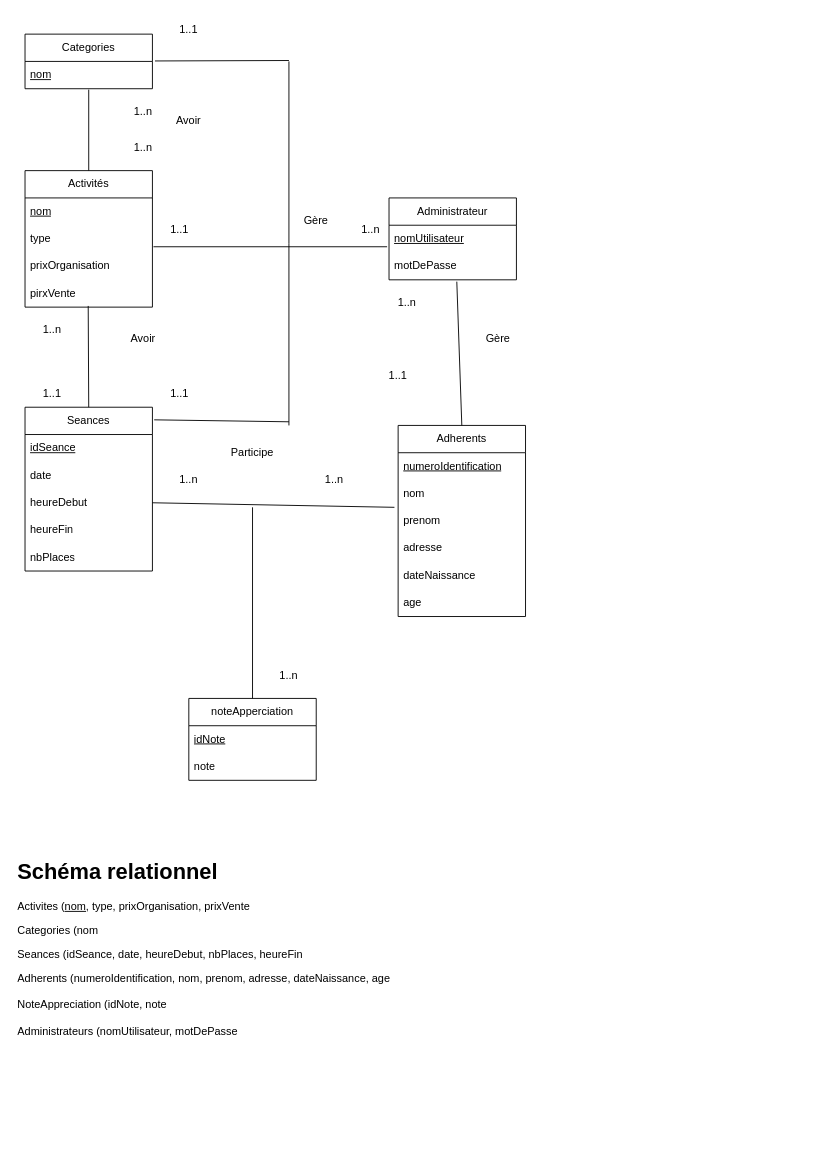
Earlier version of the draw.io diagram BD/UML Projet.drawio (SoakedTofu/ProjetProgGraphique). Source tidied: cells renumbered, new cells numbered last; positions are measured from the earlier drawing's top-left corner, leaving out a move shared by most shapes. Both pictures are drawn from the tidied source at 91%, with x=0, y=0 at pixel (15, 15).
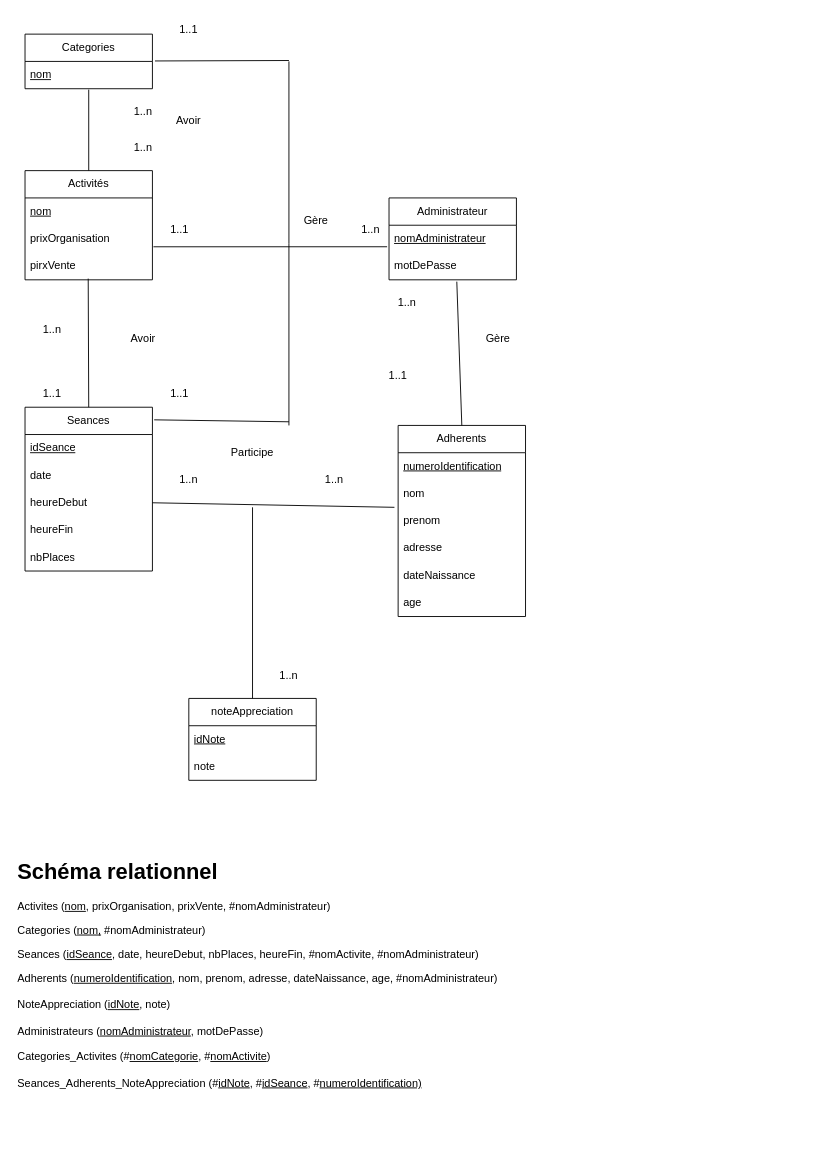
After the change.

The change refers to these unchanged cells:
```xml
<mxCell id="9" value="Administrateur" style="swimlane;fontStyle=0;horizontal=1;startSize=30;whiteSpace=wrap;html=1;" parent="1" vertex="1">
  <mxGeometry x="410" y="200" width="140" height="90" as="geometry" />
</mxCell>
```

What changed in the source:
```diff
@@
-    <mxCell id="10" value="&lt;u&gt;nomUtilisateur&lt;/u&gt;" style="text;strokeColor=none;fillColor=none;align=left;verticalAlign=middle;spacingLeft=4;spacingRight=4;overflow=hidden;points=[[0,0.5],[1,0.5]];portConstraint=eastwest;whiteSpace=wrap;html=1;" parent="9" vertex="1">
+    <mxCell id="10" value="&lt;u&gt;nomAdministrateur&lt;/u&gt;" style="text;strokeColor=none;fillColor=none;align=left;verticalAlign=middle;spacingLeft=4;spacingRight=4;overflow=hidden;points=[[0,0.5],[1,0.5]];portConstraint=eastwest;whiteSpace=wrap;html=1;" parent="9" vertex="1">
       <mxGeometry y="30" width="140" height="30" as="geometry" />
     </mxCell>
@@
     <mxCell id="12" value="Activités" style="swimlane;fontStyle=0;horizontal=1;startSize=30;whiteSpace=wrap;html=1;" parent="1" vertex="1">
-      <mxGeometry x="10" y="170" width="140" height="150" as="geometry" />
+      <mxGeometry x="10" y="170" width="140" height="120" as="geometry" />
     </mxCell>
@@
-    <mxCell id="14" value="type" style="text;strokeColor=none;fillColor=none;align=left;verticalAlign=middle;spacingLeft=4;spacingRight=4;overflow=hidden;points=[[0,0.5],[1,0.5]];portConstraint=eastwest;whiteSpace=wrap;html=1;" parent="12" vertex="1">
-      <mxGeometry y="60" width="140" height="30" as="geometry" />
-    </mxCell>
     <mxCell id="15" value="prixOrganisation" style="text;strokeColor=none;fillColor=none;align=left;verticalAlign=middle;spacingLeft=4;spacingRight=4;overflow=hidden;whiteSpace=wrap;html=1;" parent="12" vertex="1">
-      <mxGeometry y="90" width="140" height="30" as="geometry" />
+      <mxGeometry y="60" width="140" height="30" as="geometry" />
     </mxCell>
     <mxCell id="16" value="pirxVente" style="text;strokeColor=none;fillColor=none;align=left;verticalAlign=middle;spacingLeft=4;spacingRight=4;overflow=hidden;points=[[0,0.5],[1,0.5]];portConstraint=eastwest;whiteSpace=wrap;html=1;" parent="12" vertex="1">
-      <mxGeometry y="120" width="140" height="30" as="geometry" />
+      <mxGeometry y="90" width="140" height="30" as="geometry" />
     </mxCell>
@@
-    <mxCell id="23" value="noteApperciation" style="swimlane;fontStyle=0;horizontal=1;startSize=30;whiteSpace=wrap;html=1;" parent="1" vertex="1">
+    <mxCell id="23" value="noteAppreciation" style="swimlane;fontStyle=0;horizontal=1;startSize=30;whiteSpace=wrap;html=1;" parent="1" vertex="1">
       <mxGeometry x="190" y="750" width="140" height="90" as="geometry" />
     </mxCell>
@@
-    <mxCell id="42" style="endArrow=none;html=1;rounded=0;exitX=1.008;exitY=0.789;exitDx=0;exitDy=0;exitPerimeter=0;entryX=-0.015;entryY=0.789;entryDx=0;entryDy=0;entryPerimeter=0;" parent="1" edge="1" source="14" target="10">
-      <mxGeometry relative="1" as="geometry" />
+    <mxCell id="42" style="endArrow=none;html=1;rounded=0;exitX=1.008;exitY=0.789;exitDx=0;exitDy=0;exitPerimeter=0;entryX=-0.015;entryY=0.789;entryDx=0;entryDy=0;entryPerimeter=0;" parent="1" edge="1" target="10">
+      <mxGeometry relative="1" as="geometry">
+        <mxPoint x="151.1" y="253.7" as="sourcePoint" />
+      </mxGeometry>
     </mxCell>
@@
-    <mxCell id="56" value="&lt;h1 style=&quot;margin-top: 0px;&quot;&gt;Schéma relationnel&lt;br&gt;&lt;/h1&gt;&lt;p&gt;Activites (&lt;u&gt;nom,&lt;/u&gt; type, prixOrganisation, prixVente&lt;/p&gt;&lt;p&gt;Categories (nom&lt;/p&gt;&lt;p&gt;Seances (idSeance, date, heureDebut, nbPlaces, heureFin&lt;br&gt;&lt;/p&gt;&lt;div&gt;Adherents (numeroIdentification, nom, prenom, adresse, dateNaissance, age&lt;/div&gt;&lt;div&gt;&lt;br&gt;&lt;/div&gt;&lt;div&gt;NoteAppreciation (idNote, note&lt;/div&gt;&lt;div&gt;&lt;br&gt;&lt;/div&gt;&lt;div&gt;Administrateurs (nomUtilisateur, motDePasse&lt;/div&gt;&lt;div&gt;&lt;br&gt;&lt;/div&gt;&lt;div&gt;&lt;br&gt;&lt;/div&gt;" style="text;html=1;whiteSpace=wrap;overflow=hidden;rounded=0;" parent="1" vertex="1">
+    <mxCell id="56" value="&lt;h1 style=&quot;margin-top: 0px;&quot;&gt;Schéma relationnel&lt;br&gt;&lt;/h1&gt;&lt;p&gt;Activites (&lt;u&gt;nom&lt;/u&gt;, prixOrganisation, prixVente, #nomAdministrateur)&lt;/p&gt;&lt;p&gt;Categories (&lt;u&gt;nom,&lt;/u&gt; #nomAdministrateur)&lt;/p&gt;&lt;p&gt;Seances (&lt;u&gt;idSeance&lt;/u&gt;, date, heureDebut, nbPlaces, heureFin, #nomActivite, #nomAdministrateur)&lt;/p&gt;&lt;div&gt;Adherents (&lt;u&gt;numeroIdentification&lt;/u&gt;, nom, prenom, adresse, dateNaissance, age, #nomAdministrateur)&lt;/div&gt;&lt;div&gt;&lt;br&gt;&lt;/div&gt;&lt;div&gt;NoteAppreciation (&lt;u&gt;idNote&lt;/u&gt;, note)&lt;/div&gt;&lt;div&gt;&lt;br&gt;&lt;/div&gt;&lt;div&gt;Administrateurs (&lt;u&gt;nomAdministrateur&lt;/u&gt;, motDePasse)&lt;/div&gt;&lt;div&gt;&lt;br&gt;&lt;/div&gt;&lt;div&gt;Categories_Activites (#&lt;u&gt;nomCategorie&lt;/u&gt;, #&lt;u&gt;nomActivite&lt;/u&gt;)&lt;/div&gt;&lt;div&gt;&lt;br&gt;&lt;/div&gt;&lt;div&gt;Seances_Adherents_NoteAppreciation (#&lt;u&gt;idNote&lt;/u&gt;, #&lt;u&gt;idSeance&lt;/u&gt;, #&lt;u&gt;numeroIdentification)&lt;/u&gt;&lt;br&gt;&lt;/div&gt;&lt;div&gt;&lt;br&gt;&lt;br&gt;&lt;/div&gt;&lt;div&gt;&lt;br&gt;&lt;/div&gt;&lt;div&gt;&lt;br&gt;&lt;/div&gt;" style="text;html=1;whiteSpace=wrap;overflow=hidden;rounded=0;" parent="1" vertex="1">
       <mxGeometry y="920" width="880" height="310" as="geometry" />
     </mxCell>
```
